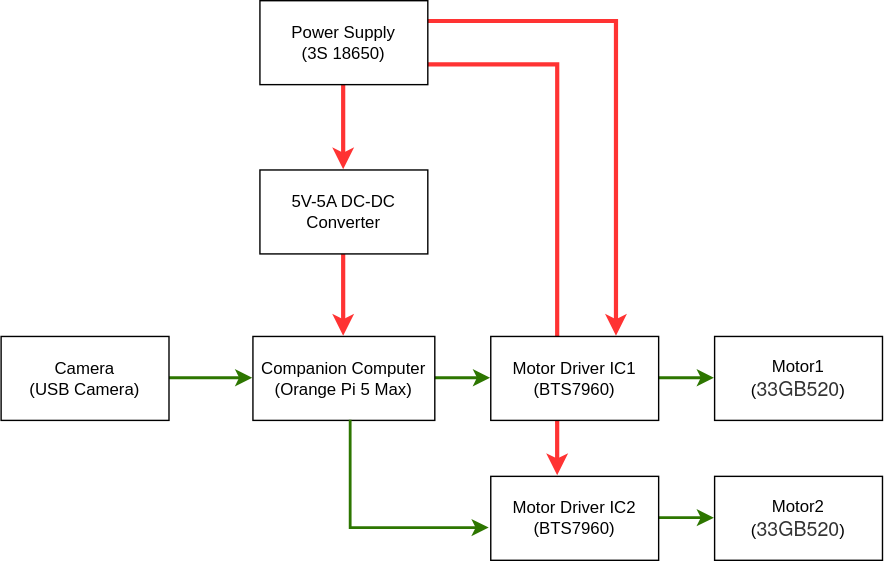
Earlier version of the draw.io export diagrams/block_diagram.svg (filelele/autonomous-rover). Source tidied: cells renumbered, new cells last; positions are measured from the earlier drawing's top-left corner, leaving out a move shared by most shapes. Source of this version:
```xml
<mxGraphModel>
  <root>
    <mxCell id="0" />
    <mxCell id="1" parent="0" />
    <mxCell id="2" style="edgeStyle=orthogonalEdgeStyle;rounded=0;orthogonalLoop=1;jettySize=auto;html=1;exitX=1;exitY=0.75;exitDx=0;exitDy=0;entryX=0.433;entryY=-0.023;entryDx=0;entryDy=0;entryPerimeter=0;strokeWidth=3;fillColor=default;strokeColor=#FF3333;fillStyle=auto;" parent="1" edge="1">
      <mxGeometry relative="1" as="geometry">
        <mxPoint x="301" y="46" as="sourcePoint" />
        <mxPoint x="398" y="339.6" as="targetPoint" />
      </mxGeometry>
    </mxCell>
    <mxCell id="3" style="edgeStyle=orthogonalEdgeStyle;rounded=0;jettySize=auto;html=1;entryX=0.5;entryY=0;entryDx=0;entryDy=0;strokeWidth=3;fillColor=default;strokeColor=#FF3333;fillStyle=auto;" parent="1" edge="1" source="5" target="14">
      <mxGeometry relative="1" as="geometry" />
    </mxCell>
    <mxCell id="4" style="edgeStyle=orthogonalEdgeStyle;rounded=0;jettySize=auto;html=1;exitX=1;exitY=0.25;exitDx=0;exitDy=0;entryX=0.75;entryY=0;entryDx=0;entryDy=0;strokeWidth=3;strokeColor=#FF3333;" parent="1" edge="1" source="5" target="11">
      <mxGeometry relative="1" as="geometry" />
    </mxCell>
    <mxCell id="5" value="Power Supply&lt;div&gt;(3S 18650)&lt;/div&gt;" style="rounded=0;whiteSpace=wrap;html=1;" parent="1" vertex="1">
      <mxGeometry x="185" width="120" height="60" as="geometry" />
    </mxCell>
    <mxCell id="6" style="edgeStyle=orthogonalEdgeStyle;rounded=0;jettySize=auto;html=1;entryX=0;entryY=0.5;entryDx=0;entryDy=0;fillColor=#60a917;strokeColor=#2D7600;strokeWidth=2;" parent="1" edge="1" source="7" target="11">
      <mxGeometry relative="1" as="geometry" />
    </mxCell>
    <mxCell id="7" value="Companion Computer&lt;div&gt;(Orange Pi 5 Max)&lt;/div&gt;" style="rounded=0;whiteSpace=wrap;html=1;" parent="1" vertex="1">
      <mxGeometry x="180" y="240" width="130" height="60" as="geometry" />
    </mxCell>
    <mxCell id="8" style="edgeStyle=orthogonalEdgeStyle;rounded=0;jettySize=auto;html=1;entryX=0;entryY=0.5;entryDx=0;entryDy=0;fillColor=#60a917;strokeColor=#2D7600;strokeWidth=2;" parent="1" edge="1" source="9" target="7">
      <mxGeometry relative="1" as="geometry" />
    </mxCell>
    <mxCell id="9" value="Camera&lt;div&gt;(USB Camera)&lt;/div&gt;" style="rounded=0;whiteSpace=wrap;html=1;" parent="1" vertex="1">
      <mxGeometry y="240" width="120" height="60" as="geometry" />
    </mxCell>
    <mxCell id="10" style="edgeStyle=orthogonalEdgeStyle;rounded=0;jettySize=auto;html=1;entryX=0;entryY=0.5;entryDx=0;entryDy=0;fillColor=#60a917;strokeColor=#2D7600;strokeWidth=2;" parent="1" edge="1" source="11" target="12">
      <mxGeometry relative="1" as="geometry" />
    </mxCell>
    <mxCell id="11" value="Motor Driver IC1&lt;div&gt;(BTS7960)&lt;/div&gt;" style="rounded=0;whiteSpace=wrap;html=1;" parent="1" vertex="1">
      <mxGeometry x="350" y="240" width="120" height="60" as="geometry" />
    </mxCell>
    <mxCell id="12" value="Motor1&lt;div&gt;(&lt;span style=&quot;background-color: rgb(255, 255, 255); color: rgba(0, 0, 0, 0.8); font-family: SHPBurmese, SHPKhmer, &amp;quot;Helvetica Neue&amp;quot;, Helvetica, Arial, 文泉驛正黑, &amp;quot;WenQuanYi Zen Hei&amp;quot;, &amp;quot;Hiragino Sans GB&amp;quot;, &amp;quot;儷黑 Pro&amp;quot;, &amp;quot;LiHei Pro&amp;quot;, &amp;quot;Heiti TC&amp;quot;, 微軟正黑體, &amp;quot;Microsoft JhengHei UI&amp;quot;, &amp;quot;Microsoft JhengHei&amp;quot;, sans-serif; font-size: 14px; text-align: start; white-space: pre-wrap;&quot;&gt;33GB520&lt;/span&gt;&lt;span style=&quot;background-color: transparent; color: light-dark(rgb(0, 0, 0), rgb(255, 255, 255));&quot;&gt;)&lt;/span&gt;&lt;/div&gt;" style="rounded=0;whiteSpace=wrap;html=1;" parent="1" vertex="1">
      <mxGeometry x="510" y="240" width="120" height="60" as="geometry" />
    </mxCell>
    <mxCell id="13" style="edgeStyle=orthogonalEdgeStyle;rounded=0;jettySize=auto;html=1;entryX=0.5;entryY=0;entryDx=0;entryDy=0;strokeWidth=3;fillColor=default;strokeColor=#FF3333;fillStyle=auto;" parent="1" edge="1" source="14" target="7">
      <mxGeometry relative="1" as="geometry" />
    </mxCell>
    <mxCell id="14" value="5V-5A DC-DC Converter" style="rounded=0;whiteSpace=wrap;html=1;" parent="1" vertex="1">
      <mxGeometry x="185" y="121" width="120" height="60" as="geometry" />
    </mxCell>
    <mxCell id="15" style="edgeStyle=orthogonalEdgeStyle;rounded=0;jettySize=auto;html=1;entryX=0;entryY=0.5;entryDx=0;entryDy=0;fillColor=#60a917;strokeColor=#2D7600;strokeWidth=2;" parent="1" edge="1" source="16" target="17">
      <mxGeometry relative="1" as="geometry" />
    </mxCell>
    <mxCell id="16" value="Motor Driver IC2&lt;div&gt;(BTS7960)&lt;/div&gt;" style="rounded=0;whiteSpace=wrap;html=1;" parent="1" vertex="1">
      <mxGeometry x="350" y="340" width="120" height="60" as="geometry" />
    </mxCell>
    <mxCell id="17" value="Motor2&lt;div&gt;(&lt;span style=&quot;background-color: rgb(255, 255, 255); color: rgba(0, 0, 0, 0.8); font-family: SHPBurmese, SHPKhmer, &amp;quot;Helvetica Neue&amp;quot;, Helvetica, Arial, 文泉驛正黑, &amp;quot;WenQuanYi Zen Hei&amp;quot;, &amp;quot;Hiragino Sans GB&amp;quot;, &amp;quot;儷黑 Pro&amp;quot;, &amp;quot;LiHei Pro&amp;quot;, &amp;quot;Heiti TC&amp;quot;, 微軟正黑體, &amp;quot;Microsoft JhengHei UI&amp;quot;, &amp;quot;Microsoft JhengHei&amp;quot;, sans-serif; font-size: 14px; text-align: start; white-space: pre-wrap;&quot;&gt;33GB520&lt;/span&gt;&lt;span style=&quot;background-color: transparent; color: light-dark(rgb(0, 0, 0), rgb(255, 255, 255));&quot;&gt;)&lt;/span&gt;&lt;/div&gt;" style="rounded=0;whiteSpace=wrap;html=1;" parent="1" vertex="1">
      <mxGeometry x="510" y="340" width="120" height="60" as="geometry" />
    </mxCell>
    <mxCell id="18" style="edgeStyle=orthogonalEdgeStyle;rounded=0;jettySize=auto;html=1;entryX=-0.008;entryY=0.619;entryDx=0;entryDy=0;entryPerimeter=0;fillColor=#60a917;strokeColor=#2D7600;strokeWidth=2;" parent="1" edge="1" source="7" target="16">
      <mxGeometry relative="1" as="geometry">
        <Array as="points">
          <mxPoint x="250" y="377" />
        </Array>
      </mxGeometry>
    </mxCell>
  </root>
</mxGraphModel>
```
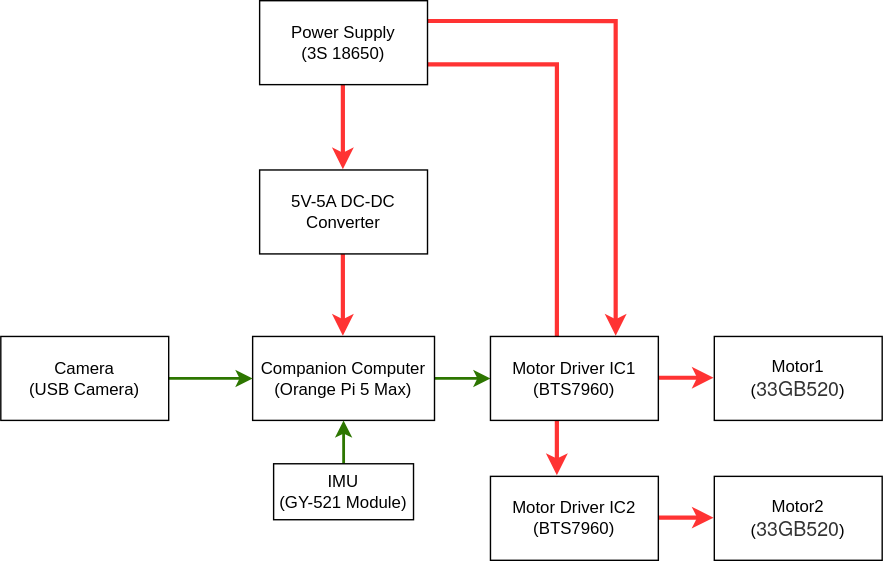
The same diagram one commit later.

Commit message:
Hardware: Add IMU to Block Diagram

What changed in the source:
```diff
@@ -29,7 +29,7 @@
     <mxCell id="9" value="Camera&lt;div&gt;(USB Camera)&lt;/div&gt;" style="rounded=0;whiteSpace=wrap;html=1;" parent="1" vertex="1">
       <mxGeometry y="240" width="120" height="60" as="geometry" />
     </mxCell>
-    <mxCell id="10" style="edgeStyle=orthogonalEdgeStyle;rounded=0;jettySize=auto;html=1;entryX=0;entryY=0.5;entryDx=0;entryDy=0;fillColor=#60a917;strokeColor=#2D7600;strokeWidth=2;" parent="1" edge="1" source="11" target="12">
+    <mxCell id="10" style="edgeStyle=orthogonalEdgeStyle;rounded=0;jettySize=auto;html=1;entryX=0;entryY=0.5;entryDx=0;entryDy=0;fillColor=#60a917;strokeColor=#FF3333;strokeWidth=3;" parent="1" edge="1" source="11" target="12">
       <mxGeometry relative="1" as="geometry" />
     </mxCell>
     <mxCell id="11" value="Motor Driver IC1&lt;div&gt;(BTS7960)&lt;/div&gt;" style="rounded=0;whiteSpace=wrap;html=1;" parent="1" vertex="1">
@@ -44,7 +44,7 @@
     <mxCell id="14" value="5V-5A DC-DC Converter" style="rounded=0;whiteSpace=wrap;html=1;" parent="1" vertex="1">
       <mxGeometry x="185" y="121" width="120" height="60" as="geometry" />
     </mxCell>
-    <mxCell id="15" style="edgeStyle=orthogonalEdgeStyle;rounded=0;jettySize=auto;html=1;entryX=0;entryY=0.5;entryDx=0;entryDy=0;fillColor=#60a917;strokeColor=#2D7600;strokeWidth=2;" parent="1" edge="1" source="16" target="17">
+    <mxCell id="15" style="edgeStyle=orthogonalEdgeStyle;rounded=0;jettySize=auto;html=1;entryX=0;entryY=0.5;entryDx=0;entryDy=0;fillColor=#60a917;strokeColor=#FF3333;strokeWidth=3;" parent="1" edge="1" source="16" target="17">
       <mxGeometry relative="1" as="geometry" />
     </mxCell>
     <mxCell id="16" value="Motor Driver IC2&lt;div&gt;(BTS7960)&lt;/div&gt;" style="rounded=0;whiteSpace=wrap;html=1;" parent="1" vertex="1">
@@ -53,12 +53,11 @@
     <mxCell id="17" value="Motor2&lt;div&gt;(&lt;span style=&quot;background-color: rgb(255, 255, 255); color: rgba(0, 0, 0, 0.8); font-family: SHPBurmese, SHPKhmer, &amp;quot;Helvetica Neue&amp;quot;, Helvetica, Arial, 文泉驛正黑, &amp;quot;WenQuanYi Zen Hei&amp;quot;, &amp;quot;Hiragino Sans GB&amp;quot;, &amp;quot;儷黑 Pro&amp;quot;, &amp;quot;LiHei Pro&amp;quot;, &amp;quot;Heiti TC&amp;quot;, 微軟正黑體, &amp;quot;Microsoft JhengHei UI&amp;quot;, &amp;quot;Microsoft JhengHei&amp;quot;, sans-serif; font-size: 14px; text-align: start; white-space: pre-wrap;&quot;&gt;33GB520&lt;/span&gt;&lt;span style=&quot;background-color: transparent; color: light-dark(rgb(0, 0, 0), rgb(255, 255, 255));&quot;&gt;)&lt;/span&gt;&lt;/div&gt;" style="rounded=0;whiteSpace=wrap;html=1;" parent="1" vertex="1">
       <mxGeometry x="510" y="340" width="120" height="60" as="geometry" />
     </mxCell>
-    <mxCell id="18" style="edgeStyle=orthogonalEdgeStyle;rounded=0;jettySize=auto;html=1;entryX=-0.008;entryY=0.619;entryDx=0;entryDy=0;entryPerimeter=0;fillColor=#60a917;strokeColor=#2D7600;strokeWidth=2;" parent="1" edge="1" source="7" target="16">
-      <mxGeometry relative="1" as="geometry">
-        <Array as="points">
-          <mxPoint x="250" y="377" />
-        </Array>
-      </mxGeometry>
-    </mxCell>
+    <mxCell id="19" style="edgeStyle=orthogonalEdgeStyle;rounded=0;jettySize=auto;html=1;entryX=0.5;entryY=1;entryDx=0;entryDy=0;strokeColor=#2D7600;strokeWidth=2;" parent="1" edge="1" source="20" target="7">
+      <mxGeometry relative="1" as="geometry" />
+    </mxCell>
+    <mxCell id="20" value="IMU&lt;div&gt;(GY-521 Module&lt;span style=&quot;background-color: transparent; color: light-dark(rgb(0, 0, 0), rgb(255, 255, 255));&quot;&gt;)&lt;/span&gt;&lt;/div&gt;" style="rounded=0;whiteSpace=wrap;html=1;" parent="1" vertex="1">
+      <mxGeometry x="195" y="331" width="100" height="40" as="geometry" />
+    </mxCell>
   </root>
 </mxGraphModel>
```
